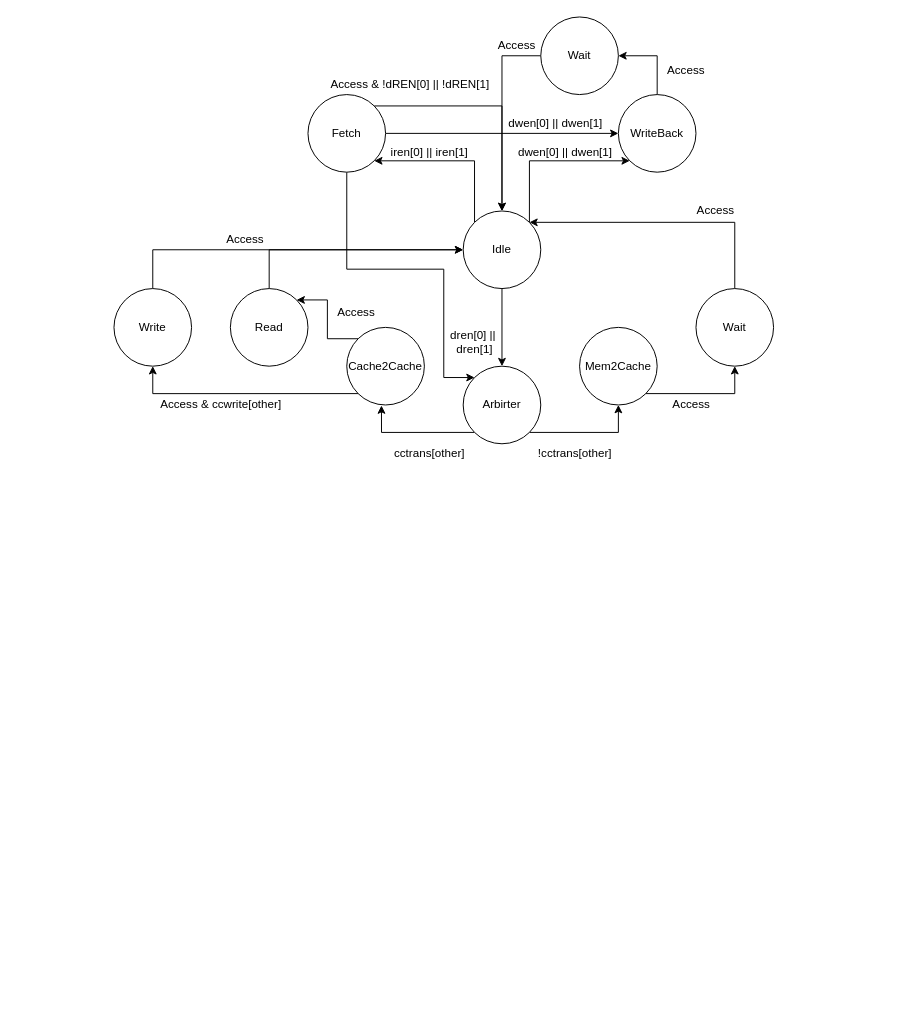
The draw.io diagram page "Page-3" (3 of 4) of multi.drawio in dsrasheed/ece437, before the edit. Source tidied: cells renumbered, new cells numbered last; positions are measured from the earlier drawing's top-left corner, leaving out a move shared by most shapes. Both pictures are drawn from the tidied source at 97%, with x=0, y=0 at pixel (113, 16).
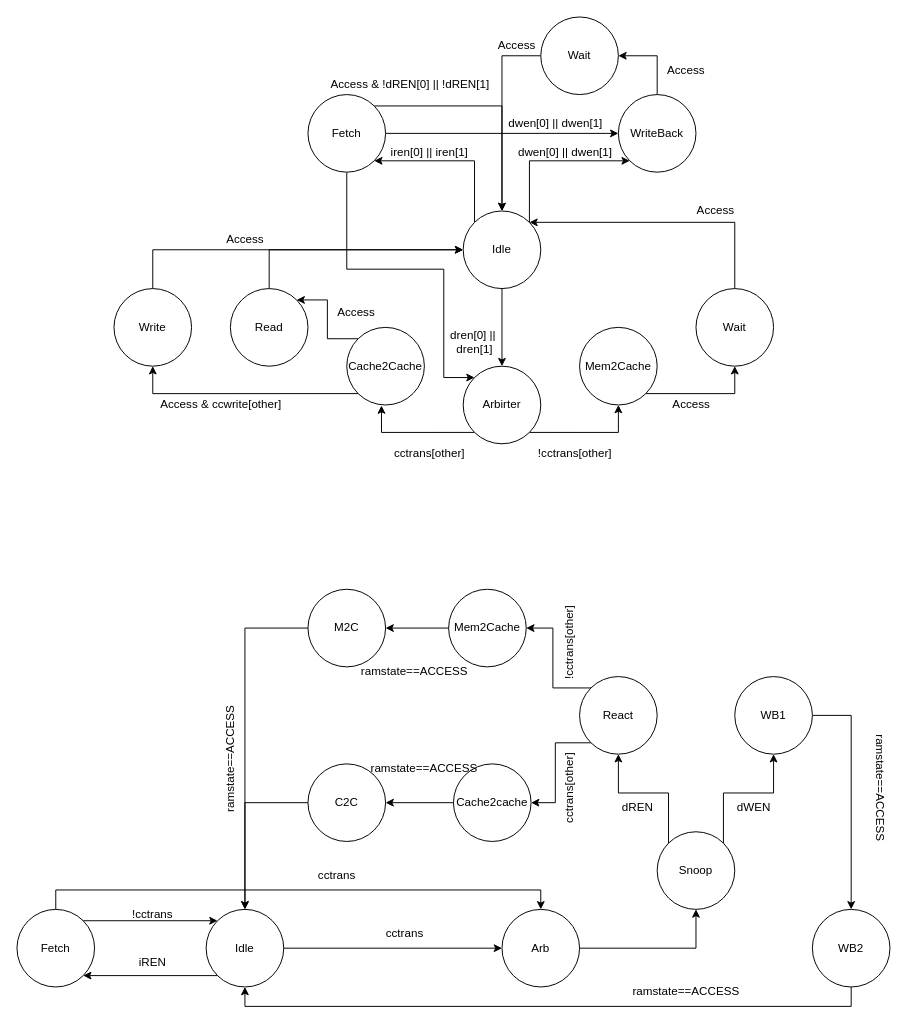
After the change.

Change to the diagram source:
```diff
@@
+    <mxCell id="42" style="edgeStyle=orthogonalEdgeStyle;rounded=0;jettySize=auto;html=1;exitX=0;exitY=1;exitDx=0;exitDy=0;entryX=1;entryY=1;entryDx=0;entryDy=0;" parent="1" edge="1" source="44" target="47">
+      <mxGeometry relative="1" as="geometry" />
+    </mxCell>
+    <mxCell id="43" style="edgeStyle=orthogonalEdgeStyle;rounded=0;jettySize=auto;html=1;exitX=1;exitY=0.5;exitDx=0;exitDy=0;entryX=0;entryY=0.5;entryDx=0;entryDy=0;" parent="1" edge="1" source="44" target="49">
+      <mxGeometry relative="1" as="geometry" />
+    </mxCell>
+    <mxCell id="44" value="Idle" style="ellipse;whiteSpace=wrap;html=1;" parent="1" vertex="1">
+      <mxGeometry x="95" y="920" width="80" height="80" as="geometry" />
+    </mxCell>
+    <mxCell id="45" style="edgeStyle=orthogonalEdgeStyle;rounded=0;jettySize=auto;html=1;exitX=1;exitY=0;exitDx=0;exitDy=0;entryX=0;entryY=0;entryDx=0;entryDy=0;" parent="1" edge="1" source="47" target="44">
+      <mxGeometry relative="1" as="geometry" />
+    </mxCell>
+    <mxCell id="46" style="edgeStyle=orthogonalEdgeStyle;rounded=0;jettySize=auto;html=1;exitX=0.5;exitY=0;exitDx=0;exitDy=0;entryX=0.5;entryY=0;entryDx=0;entryDy=0;" parent="1" edge="1" source="47" target="49">
+      <mxGeometry relative="1" as="geometry" />
+    </mxCell>
+    <mxCell id="47" value="Fetch" style="ellipse;whiteSpace=wrap;html=1;" parent="1" vertex="1">
+      <mxGeometry x="-100" y="920" width="80" height="80" as="geometry" />
+    </mxCell>
+    <mxCell id="48" style="edgeStyle=orthogonalEdgeStyle;rounded=0;jettySize=auto;html=1;exitX=1;exitY=0.5;exitDx=0;exitDy=0;entryX=0.5;entryY=1;entryDx=0;entryDy=0;" parent="1" edge="1" source="49" target="52">
+      <mxGeometry relative="1" as="geometry" />
+    </mxCell>
+    <mxCell id="49" value="Arb" style="ellipse;whiteSpace=wrap;html=1;" parent="1" vertex="1">
+      <mxGeometry x="400" y="920" width="80" height="80" as="geometry" />
+    </mxCell>
+    <mxCell id="50" style="edgeStyle=orthogonalEdgeStyle;rounded=0;jettySize=auto;html=1;exitX=0;exitY=0;exitDx=0;exitDy=0;entryX=0.5;entryY=1;entryDx=0;entryDy=0;" parent="1" edge="1" source="52" target="59">
+      <mxGeometry relative="1" as="geometry" />
+    </mxCell>
+    <mxCell id="51" style="edgeStyle=orthogonalEdgeStyle;rounded=0;jettySize=auto;html=1;exitX=1;exitY=0;exitDx=0;exitDy=0;" parent="1" edge="1" source="52" target="56">
+      <mxGeometry relative="1" as="geometry" />
+    </mxCell>
+    <mxCell id="52" value="Snoop" style="ellipse;whiteSpace=wrap;html=1;" parent="1" vertex="1">
+      <mxGeometry x="560" y="840" width="80" height="80" as="geometry" />
+    </mxCell>
+    <mxCell id="53" style="edgeStyle=orthogonalEdgeStyle;rounded=0;jettySize=auto;html=1;exitX=0;exitY=0.5;exitDx=0;exitDy=0;" parent="1" edge="1" source="54" target="67">
+      <mxGeometry relative="1" as="geometry" />
+    </mxCell>
+    <mxCell id="54" value="Mem2Cache" style="ellipse;whiteSpace=wrap;html=1;" parent="1" vertex="1">
+      <mxGeometry x="345" y="590" width="80" height="80" as="geometry" />
+    </mxCell>
+    <mxCell id="55" style="edgeStyle=orthogonalEdgeStyle;rounded=0;jettySize=auto;html=1;exitX=1;exitY=0.5;exitDx=0;exitDy=0;entryX=0.5;entryY=0;entryDx=0;entryDy=0;" parent="1" edge="1" source="56" target="61">
+      <mxGeometry relative="1" as="geometry" />
+    </mxCell>
+    <mxCell id="56" value="WB1" style="ellipse;whiteSpace=wrap;html=1;" parent="1" vertex="1">
+      <mxGeometry x="640" y="680" width="80" height="80" as="geometry" />
+    </mxCell>
+    <mxCell id="57" style="edgeStyle=orthogonalEdgeStyle;rounded=0;jettySize=auto;html=1;exitX=0;exitY=1;exitDx=0;exitDy=0;entryX=1;entryY=0.5;entryDx=0;entryDy=0;" parent="1" edge="1" source="59" target="63">
+      <mxGeometry relative="1" as="geometry" />
+    </mxCell>
+    <mxCell id="58" style="edgeStyle=orthogonalEdgeStyle;rounded=0;jettySize=auto;html=1;exitX=0;exitY=0;exitDx=0;exitDy=0;entryX=1;entryY=0.5;entryDx=0;entryDy=0;" parent="1" edge="1" source="59" target="54">
+      <mxGeometry relative="1" as="geometry" />
+    </mxCell>
+    <mxCell id="59" value="React" style="ellipse;whiteSpace=wrap;html=1;" parent="1" vertex="1">
+      <mxGeometry x="480" y="680" width="80" height="80" as="geometry" />
+    </mxCell>
+    <mxCell id="60" style="edgeStyle=orthogonalEdgeStyle;rounded=0;jettySize=auto;html=1;exitX=0.5;exitY=1;exitDx=0;exitDy=0;entryX=0.5;entryY=1;entryDx=0;entryDy=0;" parent="1" edge="1" source="61" target="44">
+      <mxGeometry relative="1" as="geometry" />
+    </mxCell>
+    <mxCell id="61" value="WB2" style="ellipse;whiteSpace=wrap;html=1;" parent="1" vertex="1">
+      <mxGeometry x="720" y="920" width="80" height="80" as="geometry" />
+    </mxCell>
+    <mxCell id="62" style="edgeStyle=orthogonalEdgeStyle;rounded=0;jettySize=auto;html=1;exitX=0;exitY=0.5;exitDx=0;exitDy=0;entryX=1;entryY=0.5;entryDx=0;entryDy=0;" parent="1" edge="1" source="63" target="65">
+      <mxGeometry relative="1" as="geometry" />
+    </mxCell>
+    <mxCell id="63" value="Cache2cache" style="ellipse;whiteSpace=wrap;html=1;" parent="1" vertex="1">
+      <mxGeometry x="350" y="770" width="80" height="80" as="geometry" />
+    </mxCell>
+    <mxCell id="64" style="edgeStyle=orthogonalEdgeStyle;rounded=0;jettySize=auto;html=1;exitX=0;exitY=0.5;exitDx=0;exitDy=0;" parent="1" edge="1" source="65" target="44">
+      <mxGeometry relative="1" as="geometry" />
+    </mxCell>
+    <mxCell id="65" value="C2C" style="ellipse;whiteSpace=wrap;html=1;" parent="1" vertex="1">
+      <mxGeometry x="200" y="770" width="80" height="80" as="geometry" />
+    </mxCell>
+    <mxCell id="66" style="edgeStyle=orthogonalEdgeStyle;rounded=0;jettySize=auto;html=1;exitX=0;exitY=0.5;exitDx=0;exitDy=0;" parent="1" edge="1" source="67" target="44">
+      <mxGeometry relative="1" as="geometry" />
+    </mxCell>
+    <mxCell id="67" value="M2C" style="ellipse;whiteSpace=wrap;html=1;" parent="1" vertex="1">
+      <mxGeometry x="200" y="590" width="80" height="80" as="geometry" />
+    </mxCell>
+    <mxCell id="68" value="cctrans" style="text;html=1;strokeColor=none;fillColor=none;align=center;verticalAlign=middle;whiteSpace=wrap;rounded=0;" parent="1" vertex="1">
+      <mxGeometry x="270" y="930" width="60" height="30" as="geometry" />
+    </mxCell>
+    <mxCell id="69" value="iREN" style="text;html=1;strokeColor=none;fillColor=none;align=center;verticalAlign=middle;whiteSpace=wrap;rounded=0;" parent="1" vertex="1">
+      <mxGeometry x="10" y="960" width="60" height="30" as="geometry" />
+    </mxCell>
+    <mxCell id="70" value="!cctrans" style="text;html=1;strokeColor=none;fillColor=none;align=center;verticalAlign=middle;whiteSpace=wrap;rounded=0;" parent="1" vertex="1">
+      <mxGeometry x="10" y="910" width="60" height="30" as="geometry" />
+    </mxCell>
+    <mxCell id="71" value="cctrans" style="text;html=1;strokeColor=none;fillColor=none;align=center;verticalAlign=middle;whiteSpace=wrap;rounded=0;" parent="1" vertex="1">
+      <mxGeometry x="200" y="870" width="60" height="30" as="geometry" />
+    </mxCell>
+    <mxCell id="72" value="dWEN" style="text;html=1;strokeColor=none;fillColor=none;align=center;verticalAlign=middle;whiteSpace=wrap;rounded=0;" parent="1" vertex="1">
+      <mxGeometry x="630" y="800" width="60" height="30" as="geometry" />
+    </mxCell>
+    <mxCell id="73" value="dREN" style="text;html=1;strokeColor=none;fillColor=none;align=center;verticalAlign=middle;whiteSpace=wrap;rounded=0;" parent="1" vertex="1">
+      <mxGeometry x="510" y="800" width="60" height="30" as="geometry" />
+    </mxCell>
+    <mxCell id="74" value="ramstate==ACCESS" style="text;html=1;strokeColor=none;fillColor=none;align=center;verticalAlign=middle;whiteSpace=wrap;rounded=0;rotation=90;" parent="1" vertex="1">
+      <mxGeometry x="760" y="780" width="60" height="30" as="geometry" />
+    </mxCell>
+    <mxCell id="75" value="ramstate==ACCESS" style="text;html=1;strokeColor=none;fillColor=none;align=center;verticalAlign=middle;whiteSpace=wrap;rounded=0;rotation=0;" parent="1" vertex="1">
+      <mxGeometry x="560" y="990" width="60" height="30" as="geometry" />
+    </mxCell>
+    <mxCell id="76" value="cctrans[other]" style="text;html=1;strokeColor=none;fillColor=none;align=center;verticalAlign=middle;whiteSpace=wrap;rounded=0;rotation=-90;" parent="1" vertex="1">
+      <mxGeometry x="440" y="780" width="60" height="30" as="geometry" />
+    </mxCell>
+    <mxCell id="77" value="!cctrans[other]" style="text;html=1;strokeColor=none;fillColor=none;align=center;verticalAlign=middle;whiteSpace=wrap;rounded=0;rotation=-90;" parent="1" vertex="1">
+      <mxGeometry x="440" y="630" width="60" height="30" as="geometry" />
+    </mxCell>
+    <mxCell id="78" value="ramstate==ACCESS" style="text;html=1;strokeColor=none;fillColor=none;align=center;verticalAlign=middle;whiteSpace=wrap;rounded=0;rotation=0;" parent="1" vertex="1">
+      <mxGeometry x="280" y="660" width="60" height="30" as="geometry" />
+    </mxCell>
+    <mxCell id="79" value="ramstate==ACCESS" style="text;html=1;strokeColor=none;fillColor=none;align=center;verticalAlign=middle;whiteSpace=wrap;rounded=0;rotation=0;" parent="1" vertex="1">
+      <mxGeometry x="290" y="760" width="60" height="30" as="geometry" />
+    </mxCell>
+    <mxCell id="80" value="ramstate==ACCESS" style="text;html=1;strokeColor=none;fillColor=none;align=center;verticalAlign=middle;whiteSpace=wrap;rounded=0;rotation=-90;" parent="1" vertex="1">
+      <mxGeometry x="90" y="750" width="60" height="30" as="geometry" />
+    </mxCell>
```
